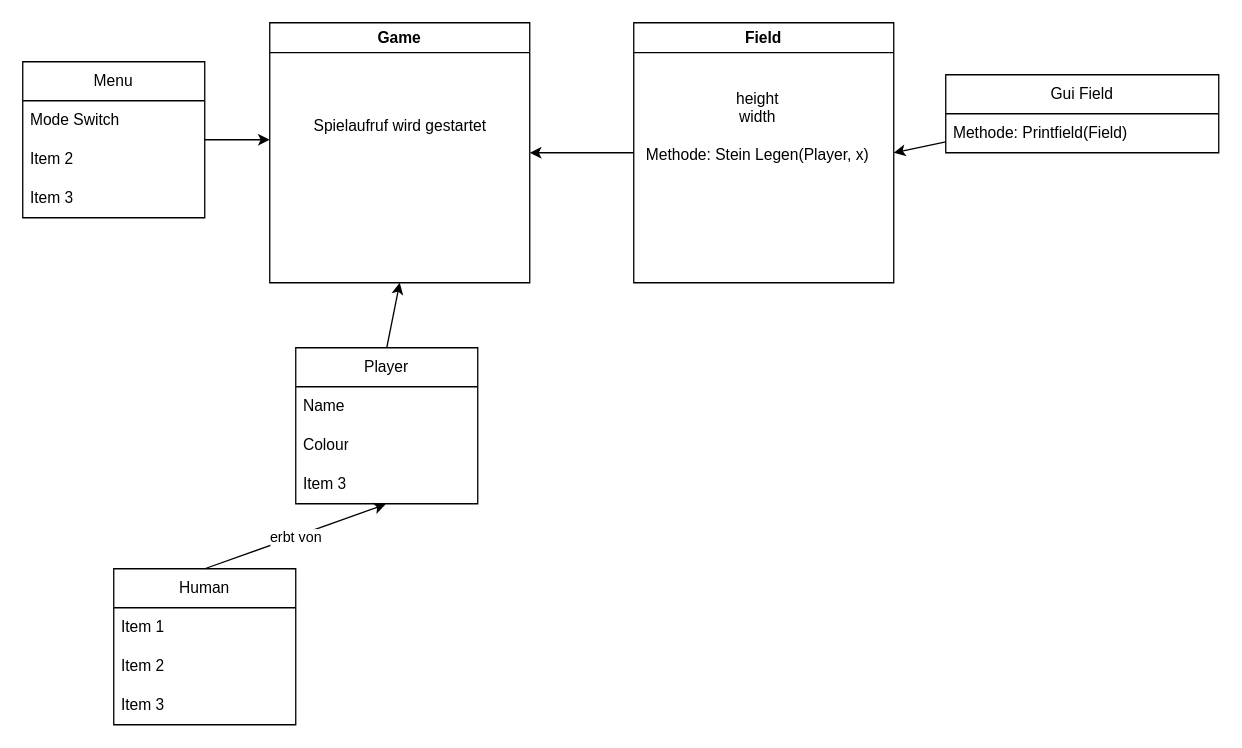
Before: Plan.drawio in carlFelixSchlass/Connect4, a draw.io diagram. Source tidied: cells renumbered, new cells numbered last; positions are measured from the earlier drawing's top-left corner, leaving out a move shared by most shapes. Both pictures are drawn from the tidied source at 130%, with x=0, y=0 at pixel (22, 22).
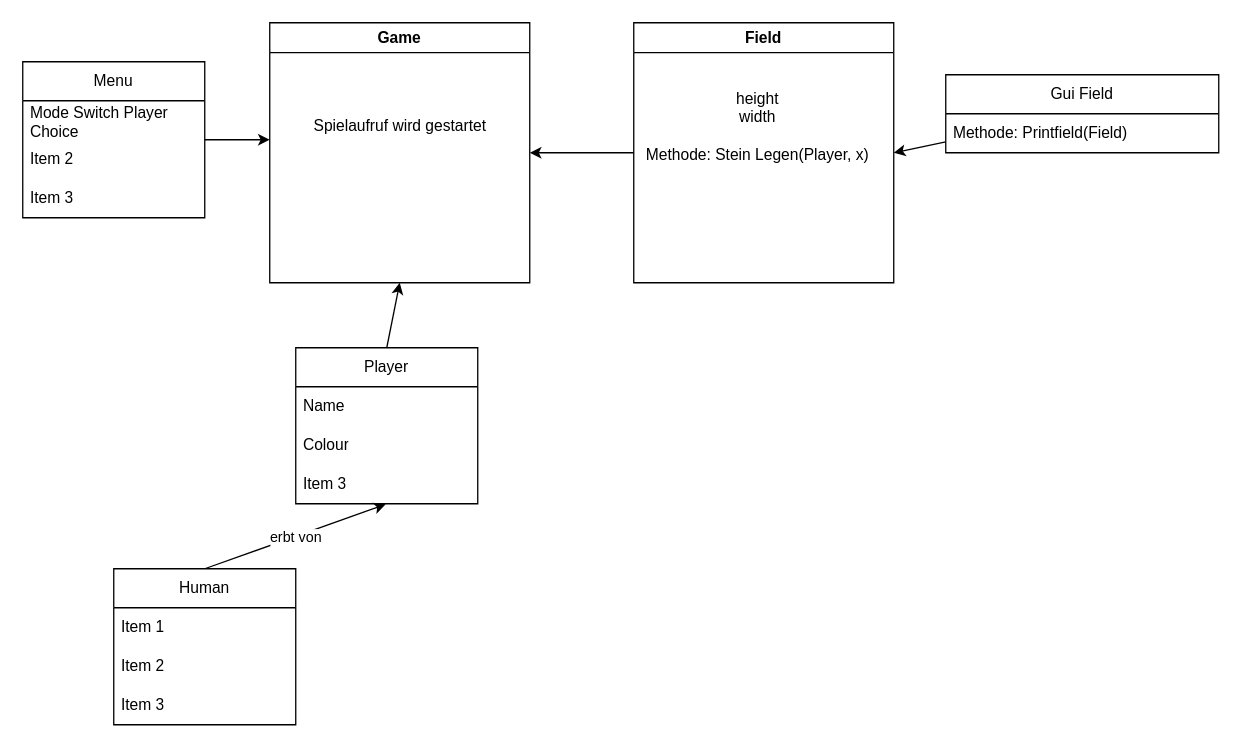
Above is the later version.

Unchanged cells that the change refers to:
```xml
<mxCell id="22" value="Menu" style="swimlane;fontStyle=0;horizontal=1;startSize=30;whiteSpace=wrap;html=1;" parent="1" vertex="1">
  <mxGeometry y="30" width="140" height="120" as="geometry" />
</mxCell>
```

The edit, as a diff of the source:
```diff
@@
-    <mxCell id="23" value="Mode Switch" style="text;strokeColor=none;fillColor=none;align=left;verticalAlign=middle;spacingLeft=4;spacingRight=4;overflow=hidden;whiteSpace=wrap;html=1;" parent="22" vertex="1">
+    <mxCell id="23" value="Mode Switch Player Choice" style="text;strokeColor=none;fillColor=none;align=left;verticalAlign=middle;spacingLeft=4;spacingRight=4;overflow=hidden;whiteSpace=wrap;html=1;" parent="22" vertex="1">
       <mxGeometry y="30" width="140" height="30" as="geometry" />
     </mxCell>
```
